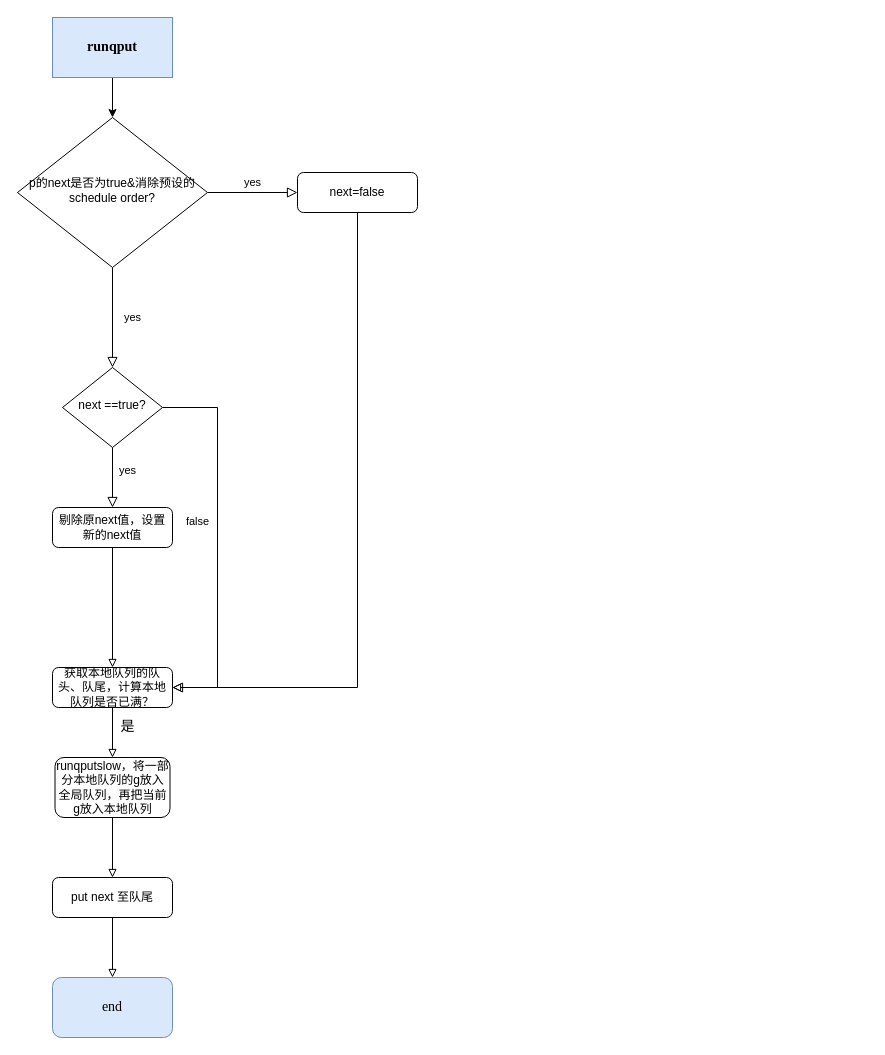
This is runtime/runtime.drawio from qin8948050/go-analysis, a draw.io file, before an edit. Source tidied: cells renumbered, new cells numbered last; positions are measured from the earlier drawing's top-left corner, leaving out a move shared by most shapes. Both pictures are drawn from the tidied source at 100%, with x=0, y=0 at pixel (17, 17).
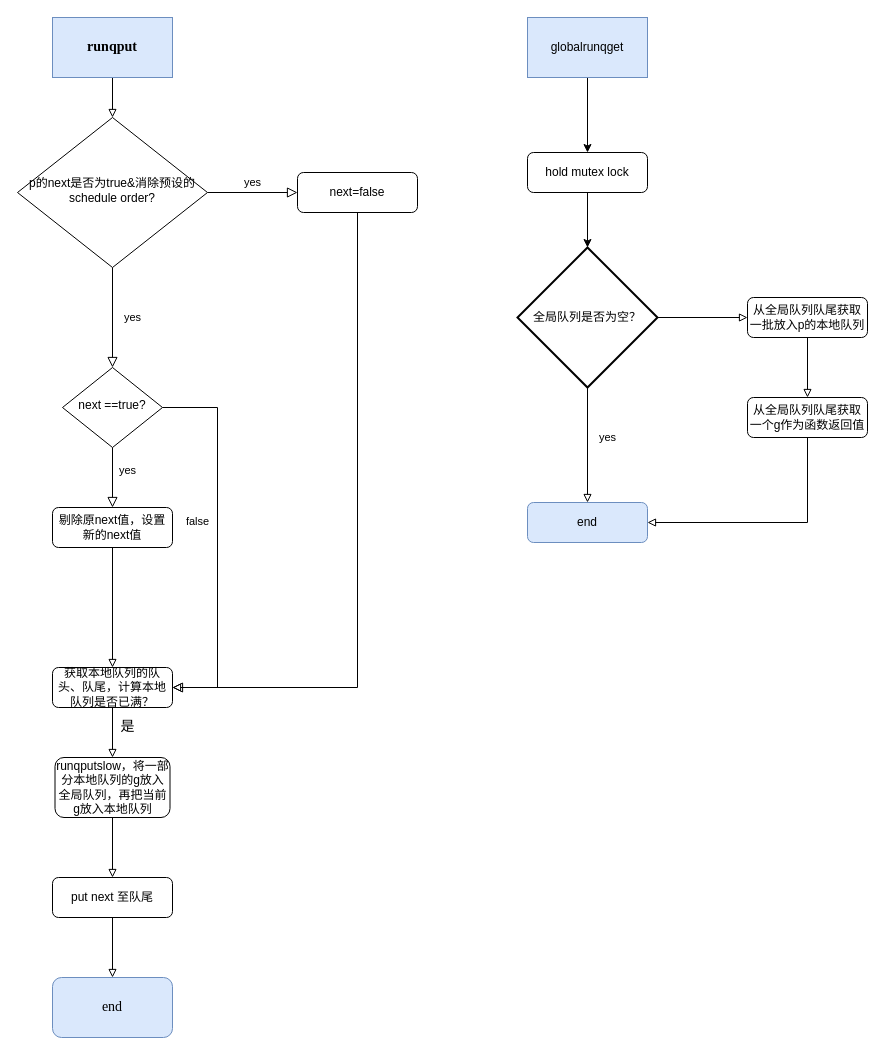
After the change.

The change refers to these unchanged cells:
```xml
<mxCell id="4" value="p的next是否为true&amp;amp;消除预设的schedule order?" style="rhombus;whiteSpace=wrap;html=1;shadow=0;fontFamily=Helvetica;fontSize=12;align=center;strokeWidth=1;spacing=6;spacingTop=-4;" parent="1" vertex="1">
  <mxGeometry y="100" width="190" height="150" as="geometry" />
</mxCell>
<mxCell id="13" value="&lt;font face=&quot;Times New Roman&quot; style=&quot;font-size: 14px&quot;&gt;&lt;b&gt;runqput&lt;/b&gt;&lt;/font&gt;" style="rounded=0;whiteSpace=wrap;html=1;fillColor=#dae8fc;strokeColor=#6c8ebf;" parent="1" vertex="1">
  <mxGeometry x="35" width="120" height="60" as="geometry" />
</mxCell>
```

Diff of the diagram source:
```diff
@@
-    <mxCell id="12" style="edgeStyle=orthogonalEdgeStyle;rounded=0;jettySize=auto;html=1;exitX=0.5;exitY=1;exitDx=0;exitDy=0;entryX=0.5;entryY=0;entryDx=0;entryDy=0;" parent="1" edge="1" source="13" target="4">
+    <mxCell id="12" style="edgeStyle=orthogonalEdgeStyle;rounded=0;jettySize=auto;html=1;exitX=0.5;exitY=1;exitDx=0;exitDy=0;entryX=0.5;entryY=0;entryDx=0;entryDy=0;endArrow=block;endFill=0;" parent="1" edge="1" source="13" target="4">
       <mxGeometry relative="1" as="geometry" />
     </mxCell>
@@
+    <mxCell id="22" style="edgeStyle=orthogonalEdgeStyle;rounded=0;jettySize=auto;html=1;exitX=0.5;exitY=1;exitDx=0;exitDy=0;entryX=0.5;entryY=0;entryDx=0;entryDy=0;" parent="1" edge="1" source="23" target="28">
+      <mxGeometry relative="1" as="geometry" />
+    </mxCell>
+    <mxCell id="23" value="globalrunqget" style="rounded=0;whiteSpace=wrap;html=1;fillColor=#dae8fc;strokeColor=#6c8ebf;" parent="1" vertex="1">
+      <mxGeometry x="510" width="120" height="60" as="geometry" />
+    </mxCell>
+    <mxCell id="24" value="yes" style="edgeStyle=orthogonalEdgeStyle;rounded=0;jettySize=auto;html=1;exitX=0.5;exitY=1;exitDx=0;exitDy=0;exitPerimeter=0;endArrow=block;endFill=0;" parent="1" edge="1" source="26" target="29">
+      <mxGeometry x="-0.13" y="20" relative="1" as="geometry" />
+    </mxCell>
+    <mxCell id="25" style="edgeStyle=orthogonalEdgeStyle;rounded=0;jettySize=auto;html=1;exitX=1;exitY=0.5;exitDx=0;exitDy=0;exitPerimeter=0;entryX=0;entryY=0.5;entryDx=0;entryDy=0;endArrow=block;endFill=0;" parent="1" edge="1" source="26" target="31">
+      <mxGeometry relative="1" as="geometry" />
+    </mxCell>
+    <mxCell id="26" value="全局队列是否为空？" style="strokeWidth=2;html=1;shape=mxgraph.flowchart.decision;whiteSpace=wrap;" parent="1" vertex="1">
+      <mxGeometry x="500" y="230" width="140" height="140" as="geometry" />
+    </mxCell>
+    <mxCell id="27" style="edgeStyle=orthogonalEdgeStyle;rounded=0;jettySize=auto;html=1;exitX=0.5;exitY=1;exitDx=0;exitDy=0;" parent="1" edge="1" source="28" target="26">
+      <mxGeometry relative="1" as="geometry" />
+    </mxCell>
+    <mxCell id="28" value="hold mutex lock" style="rounded=1;whiteSpace=wrap;html=1;fontSize=12;glass=0;strokeWidth=1;shadow=0;" parent="1" vertex="1">
+      <mxGeometry x="510" y="135" width="120" height="40" as="geometry" />
+    </mxCell>
+    <mxCell id="29" value="end" style="rounded=1;whiteSpace=wrap;html=1;fontSize=12;glass=0;strokeWidth=1;shadow=0;fillColor=#dae8fc;strokeColor=#6c8ebf;" parent="1" vertex="1">
+      <mxGeometry x="510" y="485" width="120" height="40" as="geometry" />
+    </mxCell>
+    <mxCell id="30" style="edgeStyle=orthogonalEdgeStyle;rounded=0;jettySize=auto;html=1;exitX=0.5;exitY=1;exitDx=0;exitDy=0;endArrow=block;endFill=0;" parent="1" edge="1" source="31" target="33">
+      <mxGeometry relative="1" as="geometry" />
+    </mxCell>
+    <mxCell id="31" value="从全局队列队尾获取一批放入p的本地队列" style="rounded=1;whiteSpace=wrap;html=1;fontSize=12;glass=0;strokeWidth=1;shadow=0;" parent="1" vertex="1">
+      <mxGeometry x="730" y="280" width="120" height="40" as="geometry" />
+    </mxCell>
+    <mxCell id="32" style="edgeStyle=orthogonalEdgeStyle;rounded=0;jettySize=auto;html=1;exitX=0.5;exitY=1;exitDx=0;exitDy=0;entryX=1;entryY=0.5;entryDx=0;entryDy=0;endArrow=block;endFill=0;" parent="1" edge="1" source="33" target="29">
+      <mxGeometry relative="1" as="geometry" />
+    </mxCell>
+    <mxCell id="33" value="从全局队列队尾获取一个g作为函数返回值" style="rounded=1;whiteSpace=wrap;html=1;fontSize=12;glass=0;strokeWidth=1;shadow=0;" parent="1" vertex="1">
+      <mxGeometry x="730" y="380" width="120" height="40" as="geometry" />
+    </mxCell>
```
